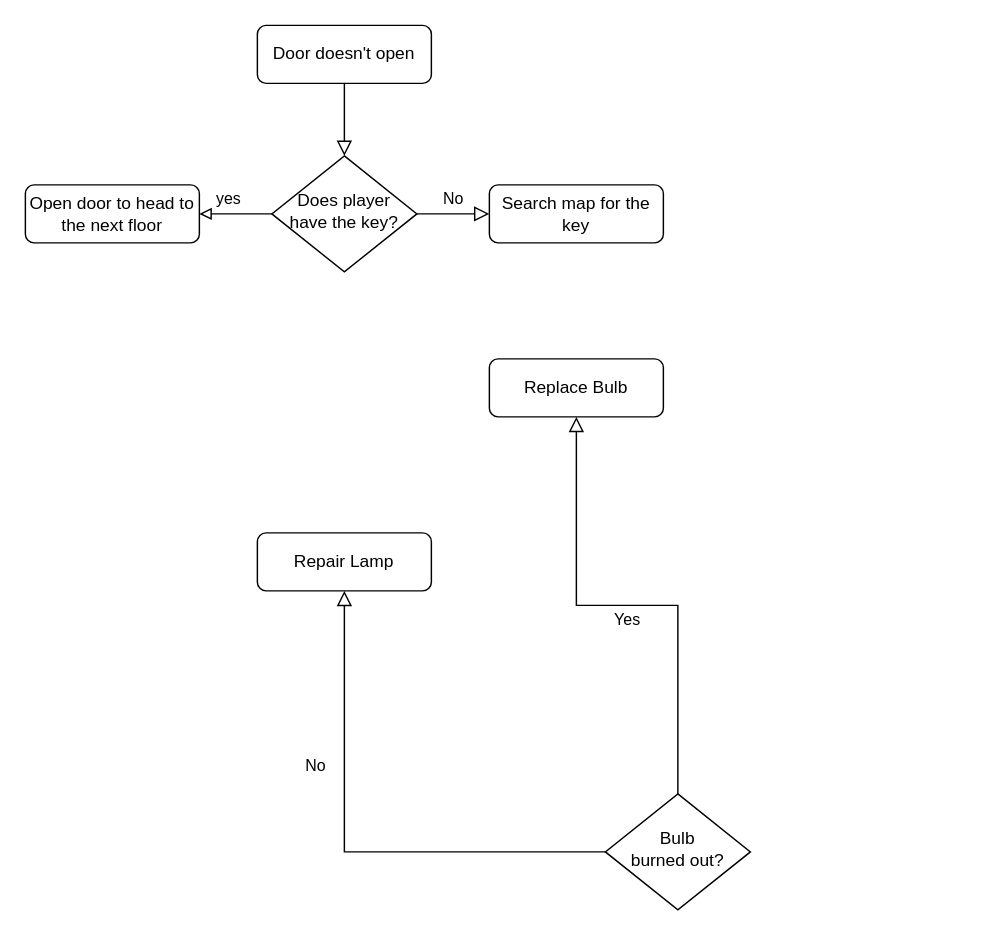
This is FloorDoorDiagram.drawio from Pepsui/Code-AI, a draw.io file, before an edit. Source tidied: cells renumbered, new cells numbered last; positions are measured from the earlier drawing's top-left corner, leaving out a move shared by most shapes. Both pictures are drawn from the tidied source at 145%, with x=0, y=0 at pixel (25, 25).
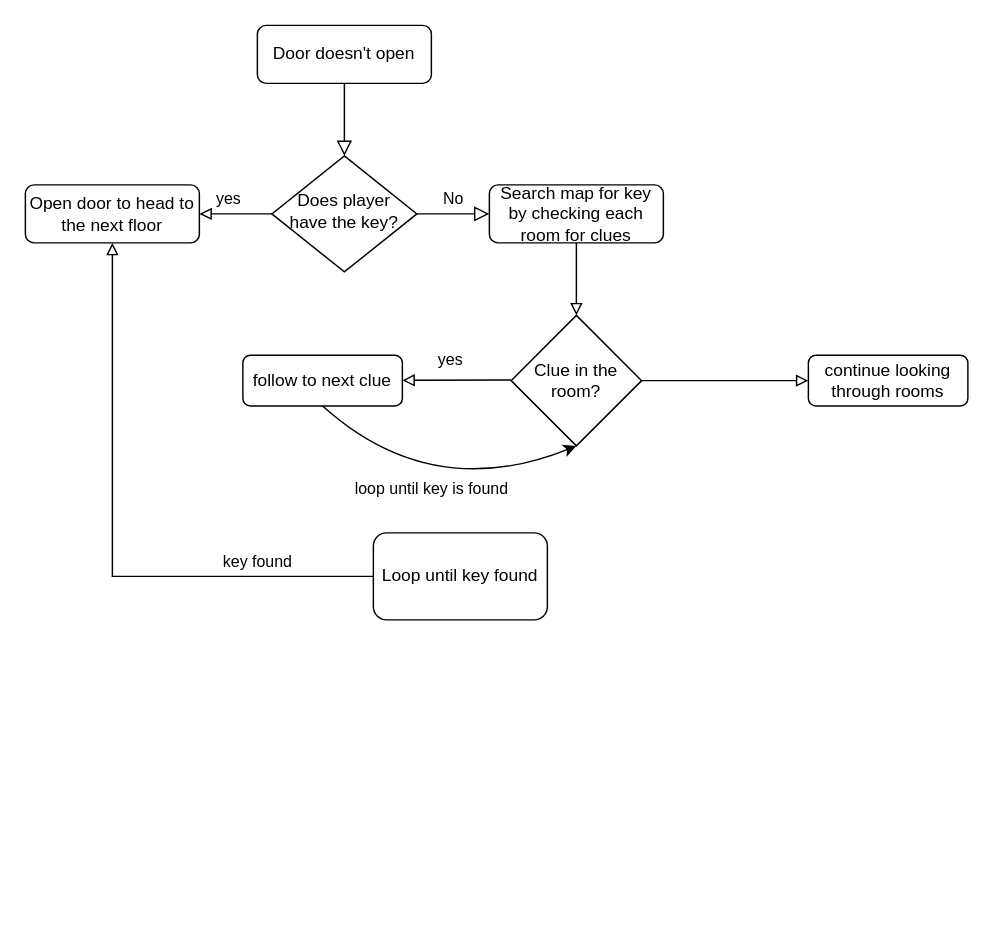
Above is the later version.

Unchanged cells that the change refers to:
```xml
<mxCell id="13" value="Open door to head to the next floor" style="rounded=1;whiteSpace=wrap;html=1;fontSize=12;glass=0;strokeWidth=1;shadow=0;" parent="1" vertex="1">
  <mxGeometry y="110" width="120" height="40" as="geometry" />
</mxCell>
```

Change to the diagram source:
```diff
@@
-    <mxCell id="6" value="Search map for the key" style="rounded=1;whiteSpace=wrap;html=1;fontSize=12;glass=0;strokeWidth=1;shadow=0;" parent="1" vertex="1">
+    <mxCell id="6" value="Search map for key by checking each room for clues" style="rounded=1;whiteSpace=wrap;html=1;fontSize=12;glass=0;strokeWidth=1;shadow=0;" parent="1" vertex="1">
       <mxGeometry x="320" y="110" width="120" height="40" as="geometry" />
     </mxCell>
-    <mxCell id="7" value="No" style="rounded=0;html=1;jettySize=auto;fontSize=11;endArrow=block;endFill=0;endSize=8;strokeWidth=1;shadow=0;labelBackgroundColor=none;edgeStyle=orthogonalEdgeStyle;" parent="1" edge="1" source="9" target="10">
-      <mxGeometry x="0.33" y="20" relative="1" as="geometry" />
-    </mxCell>
-    <mxCell id="8" value="Yes" style="edgeStyle=orthogonalEdgeStyle;rounded=0;html=1;jettySize=auto;fontSize=11;endArrow=block;endFill=0;endSize=8;strokeWidth=1;shadow=0;labelBackgroundColor=none;" parent="1" edge="1" source="9" target="11">
-      <mxGeometry y="10" relative="1" as="geometry" />
-    </mxCell>
-    <mxCell id="9" value="Bulb&lt;br&gt;burned out?" style="rhombus;whiteSpace=wrap;html=1;shadow=0;fontFamily=Helvetica;fontSize=12;align=center;strokeWidth=1;spacing=6;spacingTop=-4;" parent="1" vertex="1">
-      <mxGeometry x="400" y="530" width="100" height="80" as="geometry" />
-    </mxCell>
-    <mxCell id="10" value="Repair Lamp" style="rounded=1;whiteSpace=wrap;html=1;fontSize=12;glass=0;strokeWidth=1;shadow=0;" parent="1" vertex="1">
-      <mxGeometry x="160" y="350" width="120" height="40" as="geometry" />
-    </mxCell>
-    <mxCell id="11" value="Replace Bulb" style="rounded=1;whiteSpace=wrap;html=1;fontSize=12;glass=0;strokeWidth=1;shadow=0;" parent="1" vertex="1">
-      <mxGeometry x="320" y="230" width="120" height="40" as="geometry" />
-    </mxCell>
@@
+    <mxCell id="14" value="Clue in the room?" style="rhombus;whiteSpace=wrap;html=1;" parent="1" vertex="1">
+      <mxGeometry x="335" y="200" width="90" height="90" as="geometry" />
+    </mxCell>
+    <mxCell id="15" style="endArrow=none;html=1;rounded=0;exitX=0.5;exitY=0;exitDx=0;exitDy=0;startArrow=block;startFill=0;" parent="1" edge="1" source="14" target="6">
+      <mxGeometry relative="1" as="geometry" />
+    </mxCell>
+    <mxCell id="16" value="yes" style="endArrow=none;html=1;rounded=0;startArrow=block;startFill=0;" parent="1" edge="1" source="21">
+      <mxGeometry x="-0.12" y="15" relative="1" as="geometry">
+        <mxPoint x="335" y="244.5" as="targetPoint" />
+        <mxPoint y="1" as="offset" />
+      </mxGeometry>
+    </mxCell>
+    <mxCell id="17" style="edgeStyle=orthogonalEdgeStyle;rounded=0;jettySize=auto;html=1;startArrow=block;startFill=0;endArrow=none;endFill=0;" parent="1" edge="1" source="18" target="14">
+      <mxGeometry relative="1" as="geometry">
+        <Array as="points">
+          <mxPoint x="480" y="245" />
+          <mxPoint x="480" y="245" />
+        </Array>
+      </mxGeometry>
+    </mxCell>
+    <mxCell id="18" value="continue looking through rooms" style="rounded=1;whiteSpace=wrap;html=1;" parent="1" vertex="1">
+      <mxGeometry x="540" y="227.5" width="110" height="35" as="geometry" />
+    </mxCell>
+    <mxCell id="19" value="Loop until key found" style="rounded=1;whiteSpace=wrap;html=1;" parent="1" vertex="1">
+      <mxGeometry x="240" y="350" width="120" height="60" as="geometry" />
+    </mxCell>
+    <mxCell id="20" value="key found" style="endArrow=none;html=1;rounded=0;entryX=0;entryY=0.5;entryDx=0;entryDy=0;exitX=0.5;exitY=1;exitDx=0;exitDy=0;startArrow=block;startFill=0;" parent="1" edge="1" source="13" target="19">
+      <mxGeometry x="0.61" y="10" relative="1" as="geometry">
+        <Array as="points">
+          <mxPoint x="60" y="380" />
+        </Array>
+      </mxGeometry>
+    </mxCell>
+    <mxCell id="21" value="follow to next clue" style="rounded=1;whiteSpace=wrap;html=1;" parent="1" vertex="1">
+      <mxGeometry x="150" y="227.5" width="110" height="35" as="geometry" />
+    </mxCell>
+    <mxCell id="22" value="loop until key is found" style="curved=1;endArrow=classic;html=1;rounded=0;entryX=0.5;entryY=1;entryDx=0;entryDy=0;exitX=0.5;exitY=1;exitDx=0;exitDy=0;" parent="1" edge="1" source="21" target="14">
+      <mxGeometry x="-0.1" y="7" relative="1" as="geometry">
+        <Array as="points">
+          <mxPoint x="280" y="330" />
+        </Array>
+      </mxGeometry>
+    </mxCell>
```
